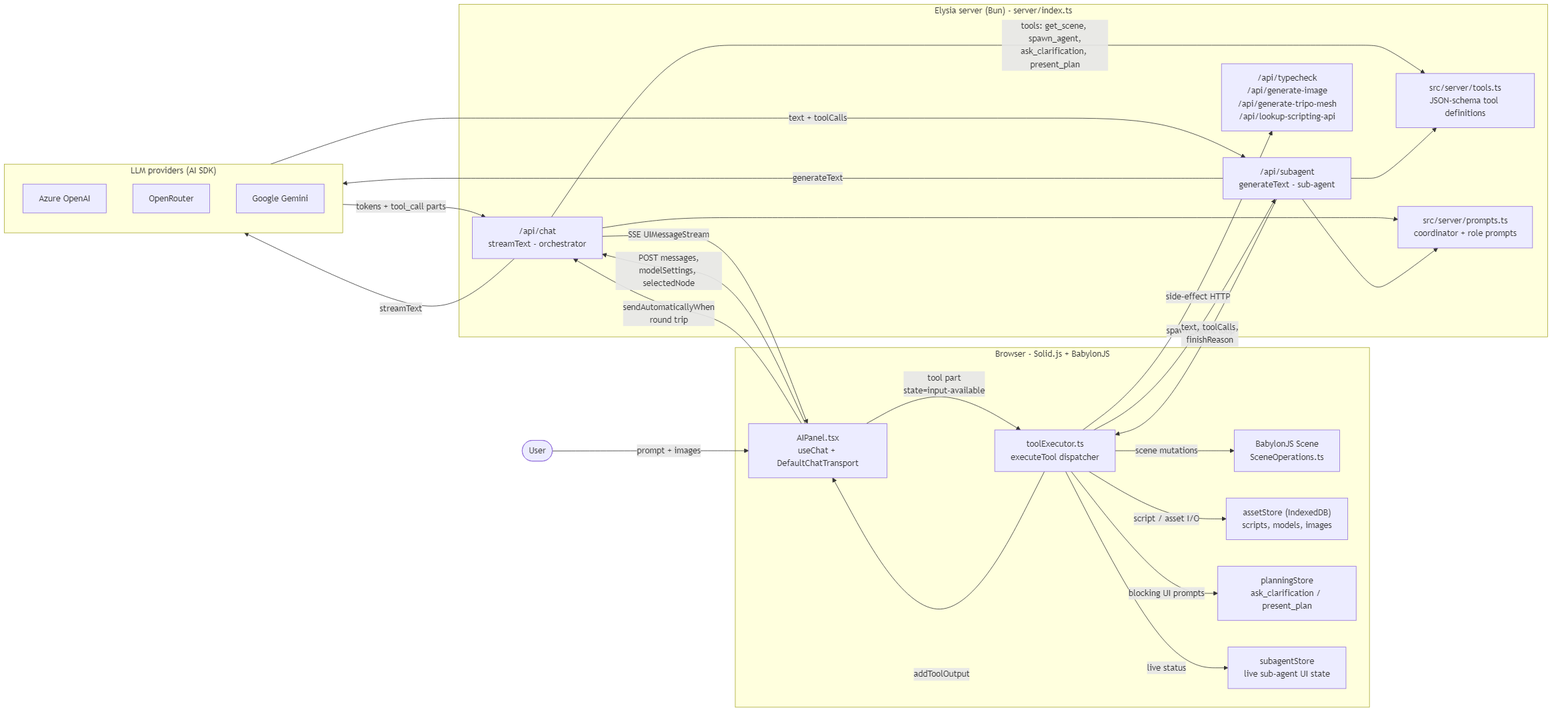
Before: docs/toolcalling-diagrams/architecture.png, a diagram exported from Mermaid (alexop1000/slop-engine). Its source is kept beside it as docs/toolcalling-diagrams/architecture.mmd.
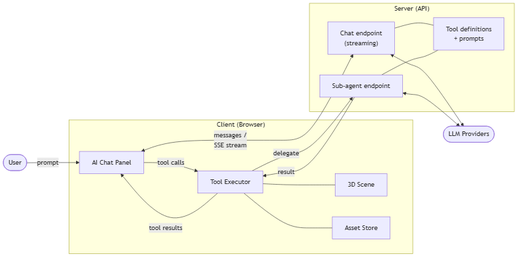
The same diagram one commit later.

Commit message:
feat: simplify diagrams

What changed in the source:
```diff
@@ -1,50 +1,30 @@
 flowchart LR
     USER([User])
 
-    subgraph Browser["Browser - Solid.js + BabylonJS"]
-        UI["AIPanel.tsx<br/>useChat + DefaultChatTransport"]
-        EXEC["toolExecutor.ts<br/>executeTool dispatcher"]
-        SCENE["BabylonJS Scene<br/>SceneOperations.ts"]
-        STORE["assetStore (IndexedDB)<br/>scripts, models, images"]
-        PLAN["planningStore<br/>ask_clarification / present_plan"]
-        SUBST["subagentStore<br/>live sub-agent UI state"]
+    subgraph Client["Client (Browser)"]
+        direction TB
+        UI["AI Chat Panel"]
+        EXEC["Tool Executor"]
+        UI -->|tool calls| EXEC
+        EXEC -->|tool results| UI
+        EXEC --- SCENE["3D Scene"]
+        EXEC --- STORE["Asset Store"]
     end
 
-    subgraph Server["Elysia server (Bun) - server/index.ts"]
-        CHAT["/api/chat<br/>streamText - orchestrator"]
-        SUB["/api/subagent<br/>generateText - sub-agent"]
-        AUX["/api/typecheck<br/>/api/generate-image<br/>/api/generate-tripo-mesh<br/>/api/lookup-scripting-api"]
-        TOOLS["src/server/tools.ts<br/>JSON-schema tool definitions"]
-        PROMPTS["src/server/prompts.ts<br/>coordinator + role prompts"]
+    subgraph Server["Server (API)"]
+        direction TB
+        CHAT["Chat endpoint<br/>(streaming)"]
+        SUB["Sub-agent endpoint"]
+        TOOLS["Tool definitions<br/>+ prompts"]
+        CHAT --- TOOLS
+        SUB --- TOOLS
     end
 
-    subgraph Providers["LLM providers (AI SDK)"]
-        AZ[Azure OpenAI]
-        OR[OpenRouter]
-        GG[Google Gemini]
-    end
+    LLM(["LLM Providers"])
 
-    USER -->|prompt + images| UI
-    UI -->|POST messages,<br/>modelSettings, selectedNode| CHAT
-    CHAT -->|tools: get_scene, spawn_agent,<br/>ask_clarification, present_plan| TOOLS
-    CHAT --> PROMPTS
-    CHAT -->|streamText| Providers
-    Providers -->|tokens + tool_call parts| CHAT
-    CHAT -->|SSE UIMessageStream| UI
-
-    UI -->|tool part<br/>state=input-available| EXEC
-    EXEC -->|scene mutations| SCENE
-    EXEC -->|script / asset I/O| STORE
-    EXEC -->|blocking UI prompts| PLAN
-    EXEC -->|side-effect HTTP| AUX
-    EXEC -->|spawn_agent loop| SUB
-    EXEC -->|live status| SUBST
-
-    SUB --> TOOLS
-    SUB --> PROMPTS
-    SUB -->|generateText| Providers
-    Providers -->|text + toolCalls| SUB
-    SUB -->|text, toolCalls,<br/>finishReason| EXEC
-
-    EXEC -->|addToolOutput| UI
-    UI -->|sendAutomaticallyWhen<br/>round trip| CHAT
+    USER -->|prompt| UI
+    UI <-->|messages /<br/>SSE stream| CHAT
+    EXEC -->|delegate| SUB
+    SUB -->|result| EXEC
+    CHAT <--> LLM
+    SUB <--> LLM
```
